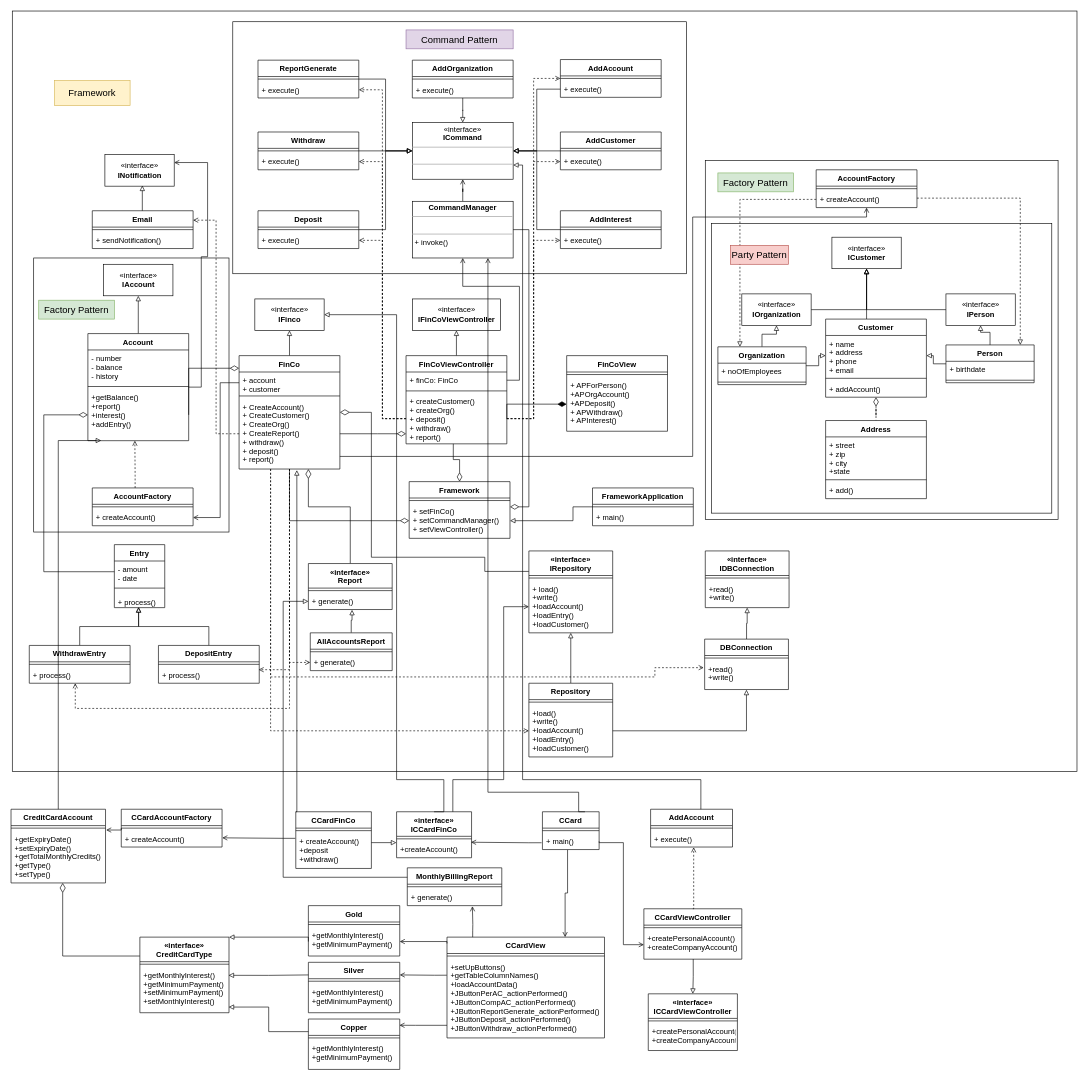
This is Documents/Class Diagrams/creditcard.drawio from phonglu-miu-edu/CS525-ASD, a draw.io file, before an edit. Source tidied: cells renumbered, new cells numbered last; positions are measured from the earlier drawing's top-left corner, leaving out a move shared by most shapes. Both pictures are drawn from the tidied source at 63%, with x=0, y=0 at pixel (11, 11).
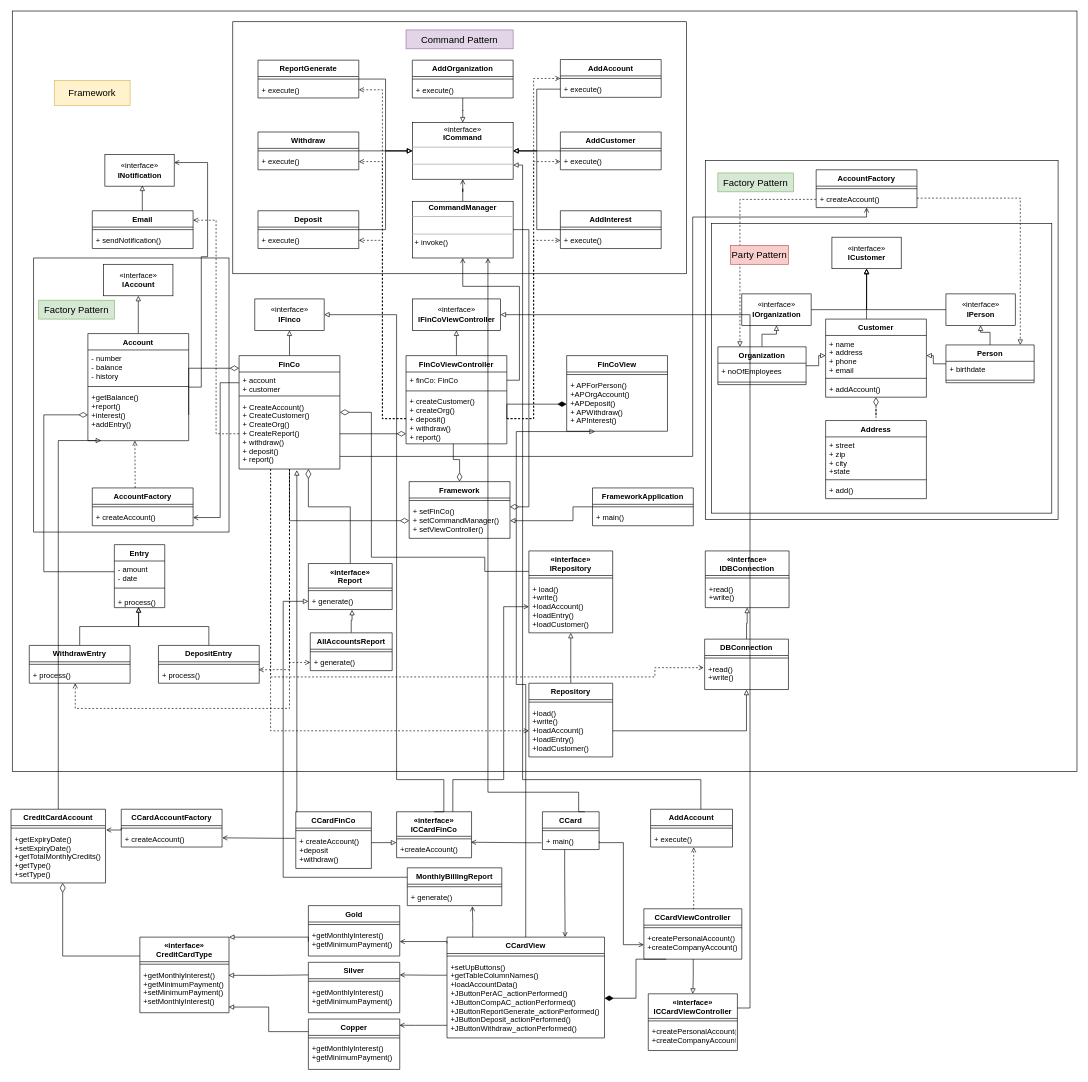
After the change.

Unchanged cells that the change refers to:
```xml
<mxCell id="30" value="«interface»&lt;br&gt;&lt;b&gt;IFinCoViewController&lt;/b&gt;" style="html=1;" parent="1" vertex="1">
  <mxGeometry x="637" y="457" width="140" height="50" as="geometry" />
</mxCell>
<mxCell id="78" value="+ APForPerson()&#10;+APOrgAccount()&#10;+APDeposit()&#10;+ APWithdraw()&#10;+ APInterest()" style="text;strokeColor=none;fillColor=none;align=left;verticalAlign=top;spacingLeft=4;spacingRight=4;overflow=hidden;points=[[0,0.5],[1,0.5]];portConstraint=eastwest;" parent="76" vertex="1">
  <mxGeometry y="34" width="160" height="86" as="geometry" />
</mxCell>
<mxCell id="174" value="+ main()" style="text;strokeColor=none;fillColor=none;align=left;verticalAlign=top;spacingLeft=4;spacingRight=4;overflow=hidden;points=[[0,0.5],[1,0.5]];portConstraint=eastwest;" parent="172" vertex="1">
  <mxGeometry y="34" width="90" height="26" as="geometry" />
</mxCell>
<mxCell id="198" value="+createPersonalAccount()&#10;+createCompanyAccount()" style="text;strokeColor=none;fillColor=none;align=left;verticalAlign=top;spacingLeft=4;spacingRight=4;overflow=hidden;points=[[0,0.5],[1,0.5]];portConstraint=eastwest;" parent="196" vertex="1">
  <mxGeometry y="34" width="155.5" height="46" as="geometry" />
</mxCell>
<mxCell id="199" value="«interface»&#10;ICCardViewController" style="swimlane;fontStyle=1;align=center;verticalAlign=top;horizontal=1;startSize=39;" parent="1" vertex="1">
  <mxGeometry x="1011.5" y="1560" width="141.5" height="90" as="geometry" />
</mxCell>
<mxCell id="202" value="CCardView" style="swimlane;fontStyle=1;align=center;verticalAlign=top;horizontal=1;startSize=26;" parent="1" vertex="1">
  <mxGeometry x="692" y="1470" width="250" height="160" as="geometry" />
</mxCell>
<mxCell id="204" value="+setUpButtons()&#10;+getTableColumnNames()&#10;+loadAccountData()&#10;+JButtonPerAC_actionPerformed()&#10;+JButtonCompAC_actionPerformed()&#10;+JButtonReportGenerate_actionPerformed()&#10;+JButtonDeposit_actionPerformed()&#10;+JButtonWithdraw_actionPerformed()&#10;" style="text;strokeColor=none;fillColor=none;align=left;verticalAlign=top;spacingLeft=4;spacingRight=4;overflow=hidden;points=[[0,0.5],[1,0.5]];portConstraint=eastwest;" parent="202" vertex="1">
  <mxGeometry y="34" width="250" height="126" as="geometry" />
</mxCell>
```

What changed in the source:
```diff
@@
-    <mxCell id="217" style="edgeStyle=orthogonalEdgeStyle;rounded=0;jettySize=auto;html=1;entryX=0.75;entryY=0;entryDx=0;entryDy=0;fontSize=15;startArrow=none;startFill=0;endArrow=open;endFill=0;startSize=12;endSize=6;exitX=0.443;exitY=1.021;exitDx=0;exitDy=0;exitPerimeter=0;" parent="1" edge="1" source="174" target="202">
+    <mxCell id="217" style="edgeStyle=orthogonalEdgeStyle;rounded=0;jettySize=auto;html=1;entryX=0.75;entryY=0;entryDx=0;entryDy=0;fontSize=15;startArrow=none;startFill=0;endArrow=open;endFill=0;startSize=12;endSize=6;exitX=0.392;exitY=0.996;exitDx=0;exitDy=0;exitPerimeter=0;" parent="1" edge="1" source="174" target="202">
       <mxGeometry relative="1" as="geometry">
         <Array as="points">
-          <mxPoint x="883" y="1400" />
+          <mxPoint x="879" y="1360" />
+          <mxPoint x="879" y="1360" />
+          <mxPoint x="879" y="1400" />
           <mxPoint x="880" y="1400" />
         </Array>
       </mxGeometry>
     </mxCell>
@@
+    <mxCell id="234" style="edgeStyle=orthogonalEdgeStyle;rounded=0;jettySize=auto;html=1;entryX=0.228;entryY=1;entryDx=0;entryDy=0;fontSize=15;startArrow=diamondThin;startFill=1;endArrow=none;endFill=0;startSize=12;endSize=12;exitX=1;exitY=0.5;exitDx=0;exitDy=0;entryPerimeter=0;" parent="1" edge="1" source="204" target="198">
+      <mxGeometry relative="1" as="geometry">
+        <Array as="points">
+          <mxPoint x="992" y="1567" />
+          <mxPoint x="992" y="1505" />
+        </Array>
+      </mxGeometry>
+    </mxCell>
+    <mxCell id="235" style="edgeStyle=orthogonalEdgeStyle;rounded=0;jettySize=auto;html=1;entryX=1;entryY=0.5;entryDx=0;entryDy=0;fontSize=15;startArrow=none;startFill=0;endArrow=block;endFill=0;startSize=13;endSize=6;exitX=1;exitY=0.25;exitDx=0;exitDy=0;" parent="1" edge="1" source="199" target="30">
+      <mxGeometry relative="1" as="geometry" />
+    </mxCell>
+    <mxCell id="236" style="edgeStyle=orthogonalEdgeStyle;rounded=0;jettySize=auto;html=1;entryX=0.28;entryY=1.006;entryDx=0;entryDy=0;entryPerimeter=0;fontSize=15;startArrow=none;startFill=0;endArrow=block;endFill=0;startSize=13;endSize=6;exitX=0.5;exitY=0;exitDx=0;exitDy=0;" parent="1" edge="1" source="202" target="78">
+      <mxGeometry relative="1" as="geometry">
+        <Array as="points">
+          <mxPoint x="817" y="1069" />
+          <mxPoint x="802" y="1069" />
+          <mxPoint x="802" y="667" />
+        </Array>
+      </mxGeometry>
+    </mxCell>
```
